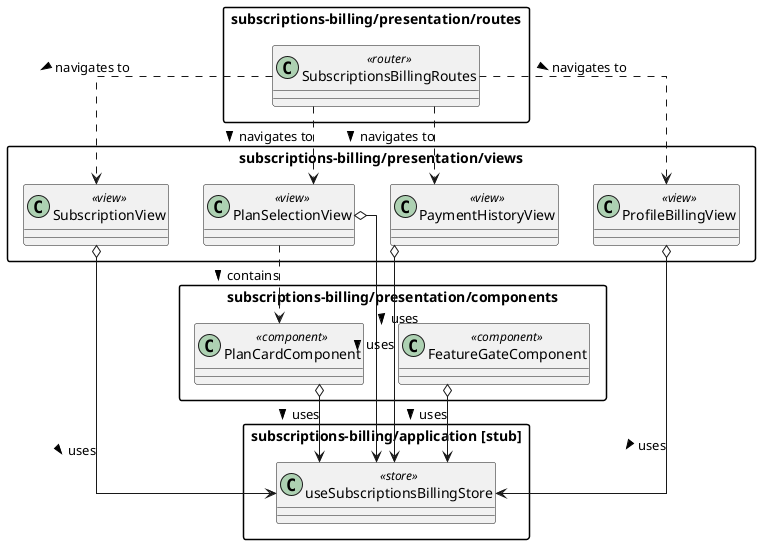
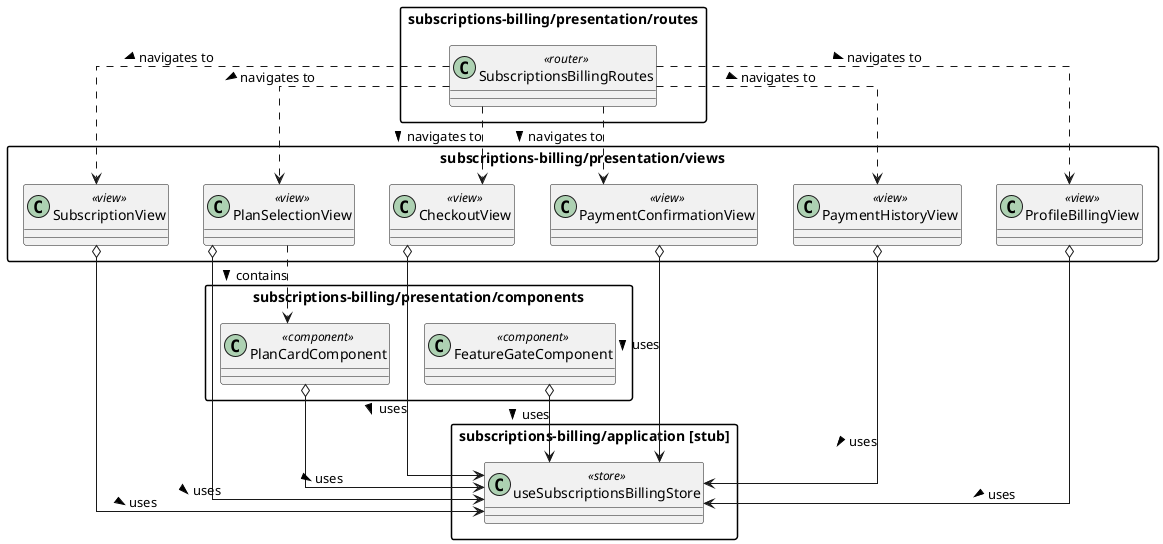
﻿@startuml
skinparam monochrome false
skinparam classAttributeIconSize 0
skinparam packageStyle rectangle
skinparam linetype ortho

package "subscriptions-billing/application [stub]" {
  class useSubscriptionsBillingStore <<store>>
}

package "subscriptions-billing/presentation/routes" {
  class SubscriptionsBillingRoutes <<router>>
}

package "subscriptions-billing/presentation/views" {
  class SubscriptionView <<view>>
  class PlanSelectionView <<view>>
+   class CheckoutView <<view>>
+   class PaymentConfirmationView <<view>>
  class PaymentHistoryView <<view>>
  class ProfileBillingView <<view>>
}

package "subscriptions-billing/presentation/components" {
  class FeatureGateComponent <<component>>
  class PlanCardComponent <<component>>
}

SubscriptionsBillingRoutes ..> SubscriptionView : navigates to >
SubscriptionsBillingRoutes ..> PlanSelectionView : navigates to >
+ SubscriptionsBillingRoutes ..> CheckoutView : navigates to >
+ SubscriptionsBillingRoutes ..> PaymentConfirmationView : navigates to >
SubscriptionsBillingRoutes ..> PaymentHistoryView : navigates to >
SubscriptionsBillingRoutes ..> ProfileBillingView : navigates to >

PlanSelectionView ..> PlanCardComponent : contains >

SubscriptionView o--> useSubscriptionsBillingStore : uses >
PlanSelectionView o--> useSubscriptionsBillingStore : uses >
+ CheckoutView o--> useSubscriptionsBillingStore : uses >
+ PaymentConfirmationView o--> useSubscriptionsBillingStore : uses >
PaymentHistoryView o--> useSubscriptionsBillingStore : uses >
ProfileBillingView o--> useSubscriptionsBillingStore : uses >
FeatureGateComponent o--> useSubscriptionsBillingStore : uses >
PlanCardComponent o--> useSubscriptionsBillingStore : uses >

@enduml
